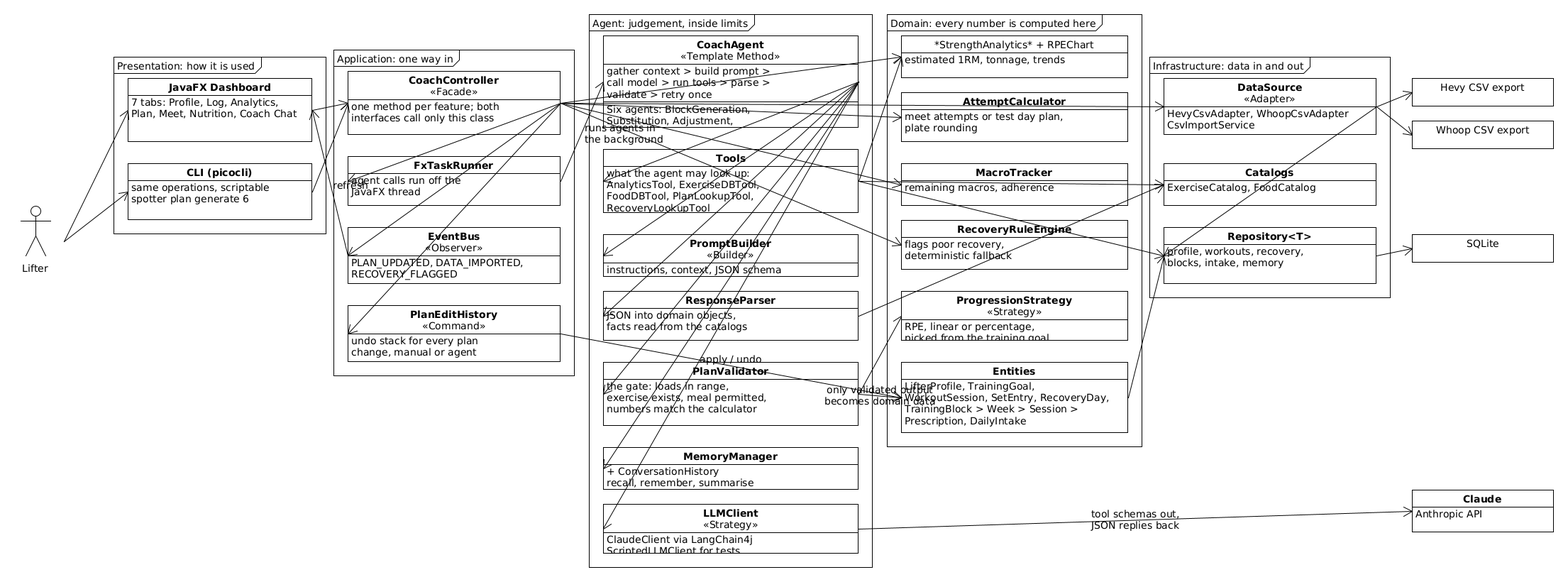
This is diagrams/uxf/png/architecture.png from devparikh28/EECS-3311-Project--Spotter, a PlantUML export, as it was before one commit. Its source is kept beside it as diagrams/architecture/architecture.puml. The source it was exported from:
```plantuml
@startuml architecture
title Spotter — System Overview\nwhat the agent is made of, what each part does, and what it talks to

skinparam shadowing false
skinparam defaultFontSize 12
skinparam nodesep 25
skinparam ranksep 45
skinparam rectangle {
  BackgroundColor #FFFFFF
  BorderColor #444444
}
skinparam package {
  BackgroundColor #F8F8F8
  BorderColor #AAAAAA
  FontStyle bold
}
skinparam ArrowColor #444444
skinparam actorStyle awesome
left to right direction

actor "Lifter" as User

package "Presentation\nhow it is used" as P {
  rectangle "**JavaFX Dashboard**\n7 tabs: Profile, Log, Analytics,\nPlan, Meet, Nutrition, Coach Chat" as GUI
  rectangle "**CLI** (picocli)\nsame operations, scriptable\nspotter plan generate 6" as CLI
}

package "Application\none way in" as A {
  rectangle "**CoachController** «Facade»\none method per feature; both\ninterfaces call only this class" as Ctrl
  rectangle "**FxTaskRunner**\nagent calls run off the\nJavaFX thread" as Fx
  rectangle "**EventBus** «Observer»\nPLAN_UPDATED, DATA_IMPORTED,\nRECOVERY_FLAGGED" as Bus
  rectangle "**PlanEditHistory** «Command»\nundo stack for every plan\nchange, manual or agent" as Hist
}

package "Domain\nevery number is computed here" as D {
  rectangle "**Entities**\nLifterProfile, TrainingGoal, WorkoutSession,\nSetEntry, RecoveryDay, TrainingBlock >\nWeek > Session > Prescription, DailyIntake" as Ent
  rectangle "**StrengthAnalytics** + RPEChart\nestimated 1RM, tonnage, trends" as An
  rectangle "**AttemptCalculator**\nmeet attempts or test day plan,\nplate rounding" as Calc
  rectangle "**MacroTracker**\nremaining macros, adherence" as Mac
  rectangle "**RecoveryRuleEngine**\nflags poor recovery,\ndeterministic fallback" as Rules
  rectangle "**ProgressionStrategy** «Strategy»\nRPE, linear or percentage,\npicked from the training goal" as Prog
}

package "Agent\njudgement, inside limits" as G {
  rectangle "**CoachAgent** «Template Method»\ngather context > build prompt > call model >\nrun tools > parse > validate > retry once\n\nSix agents: BlockGeneration, Substitution,\nAdjustment, AttemptRationale,\nMealSuggestion, Chat" as Agent
  rectangle "**Tools**\nwhat the agent may look up:\nAnalyticsTool, ExerciseDBTool, FoodDBTool,\nPlanLookupTool, RecoveryLookupTool" as Tools
  rectangle "**PromptBuilder** «Builder»\ninstructions, context, JSON schema" as Prompt
  rectangle "**ResponseParser**\nJSON into domain objects,\nfacts read from the catalogs" as Parse
  rectangle "**PlanValidator**\nthe gate: loads in range, exercise exists,\nmeal permitted, numbers match the calculator" as Val
  rectangle "**MemoryManager** + ConversationHistory\nrecall, remember, summarise" as Mem
  rectangle "**LLMClient** «Strategy»\nClaudeClient via LangChain4j\nScriptedLLMClient for tests" as LLM
}

package "Infrastructure\ndata in and out" as I {
  rectangle "**DataSource** «Adapter»\nHevyCsvAdapter, WhoopCsvAdapter\nCsvImportService" as DS
  rectangle "**Catalogs**\nExerciseCatalog, FoodCatalog" as Cat
  rectangle "**Repository<T>**\nprofile, workouts, recovery,\nblocks, intake, memory" as Repo
}

cloud "**Claude**\nAnthropic API" as Claude
file "Hevy CSV" as Hevy
file "Whoop CSV" as Whoop
database "SQLite" as DB

User --> GUI
User --> CLI
GUI --> Ctrl
CLI --> Ctrl
Ctrl --> Fx
Ctrl --> Bus
Ctrl --> Hist
Bus --> GUI : refresh

Ctrl --> An
Ctrl --> Calc
Ctrl --> Mac
Ctrl --> Rules
Ctrl --> Prog
Ctrl --> DS
Fx --> Agent : runs agents\nin the background

Agent --> Prompt
Agent --> LLM
Agent --> Tools
Agent --> Parse
Agent --> Val
Agent --> Mem
LLM --> Claude : tool schemas out,\nJSON replies back
Tools --> An
Tools --> Cat
Tools --> Repo
Val --> Prog
Val --> Ent : only validated output\nbecomes domain data
Parse --> Cat
Hist --> Ent
DS --> Hevy
DS --> Whoop
DS --> Repo
Cat --> Repo
Ent --> Repo
Repo --> DB
@enduml
```
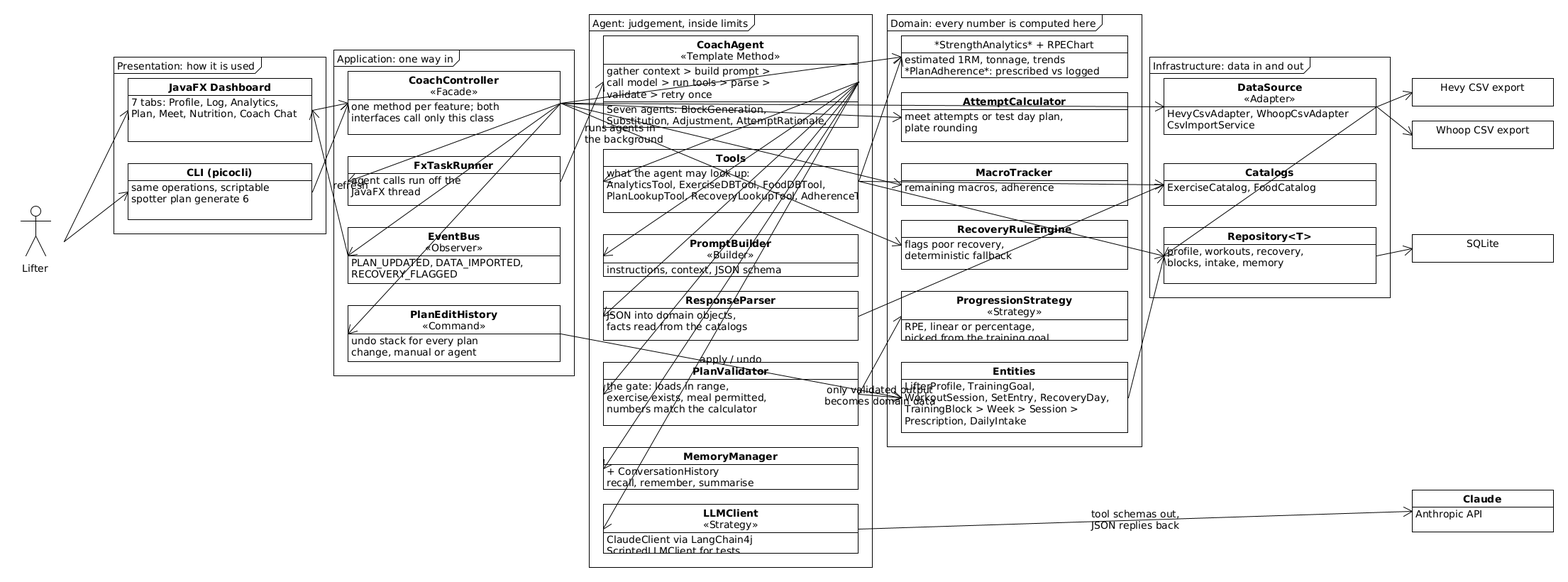
The same file after the commit.

Diff of the diagram source:
```diff
@@ -34,7 +34,7 @@
 
 package "Domain\nevery number is computed here" as D {
   rectangle "**Entities**\nLifterProfile, TrainingGoal, WorkoutSession,\nSetEntry, RecoveryDay, TrainingBlock >\nWeek > Session > Prescription, DailyIntake" as Ent
-  rectangle "**StrengthAnalytics** + RPEChart\nestimated 1RM, tonnage, trends" as An
+  rectangle "**StrengthAnalytics** + RPEChart\nestimated 1RM, tonnage, trends\n**PlanAdherence** prescribed vs logged" as An
   rectangle "**AttemptCalculator**\nmeet attempts or test day plan,\nplate rounding" as Calc
   rectangle "**MacroTracker**\nremaining macros, adherence" as Mac
   rectangle "**RecoveryRuleEngine**\nflags poor recovery,\ndeterministic fallback" as Rules
@@ -42,8 +42,8 @@
 }
 
 package "Agent\njudgement, inside limits" as G {
-  rectangle "**CoachAgent** «Template Method»\ngather context > build prompt > call model >\nrun tools > parse > validate > retry once\n\nSix agents: BlockGeneration, Substitution,\nAdjustment, AttemptRationale,\nMealSuggestion, Chat" as Agent
-  rectangle "**Tools**\nwhat the agent may look up:\nAnalyticsTool, ExerciseDBTool, FoodDBTool,\nPlanLookupTool, RecoveryLookupTool" as Tools
+  rectangle "**CoachAgent** «Template Method»\ngather context > build prompt > call model >\nrun tools > parse > validate > retry once\n\nSeven agents: BlockGeneration, Substitution,\nAdjustment, AttemptRationale, MealSuggestion,\nProgression, Chat" as Agent
+  rectangle "**Tools**\nwhat the agent may look up:\nAnalyticsTool, ExerciseDBTool, FoodDBTool,\nPlanLookupTool, RecoveryLookupTool, AdherenceTool" as Tools
   rectangle "**PromptBuilder** «Builder»\ninstructions, context, JSON schema" as Prompt
   rectangle "**ResponseParser**\nJSON into domain objects,\nfacts read from the catalogs" as Parse
   rectangle "**PlanValidator**\nthe gate: loads in range, exercise exists,\nmeal permitted, numbers match the calculator" as Val
```
